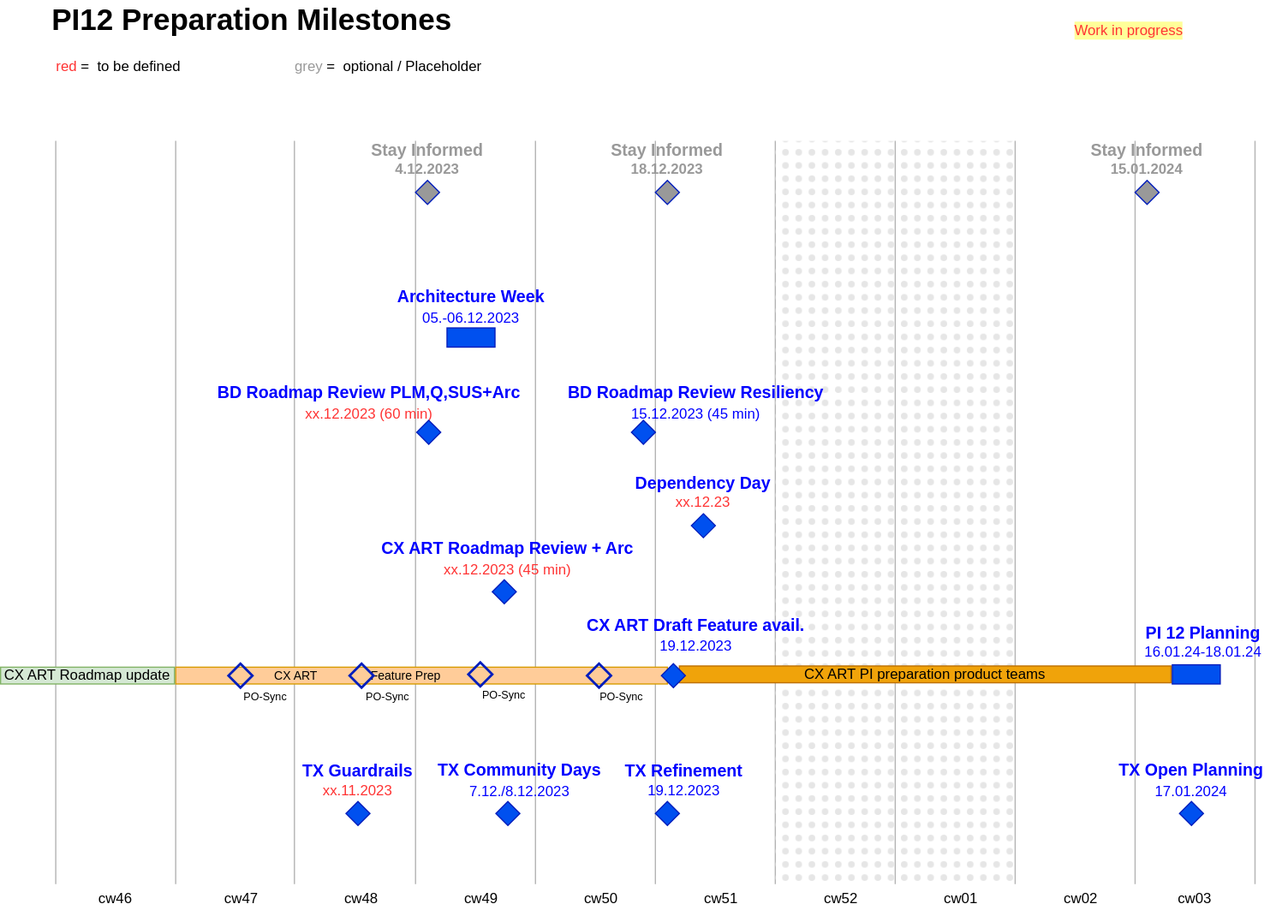
Earlier version of the draw.io export PI12-Preparation-Timeline.drawio.svg (mabige/scratchpad). Source tidied: cells renumbered, new cells last; positions are measured from the earlier drawing's top-left corner, leaving out a move shared by most shapes.
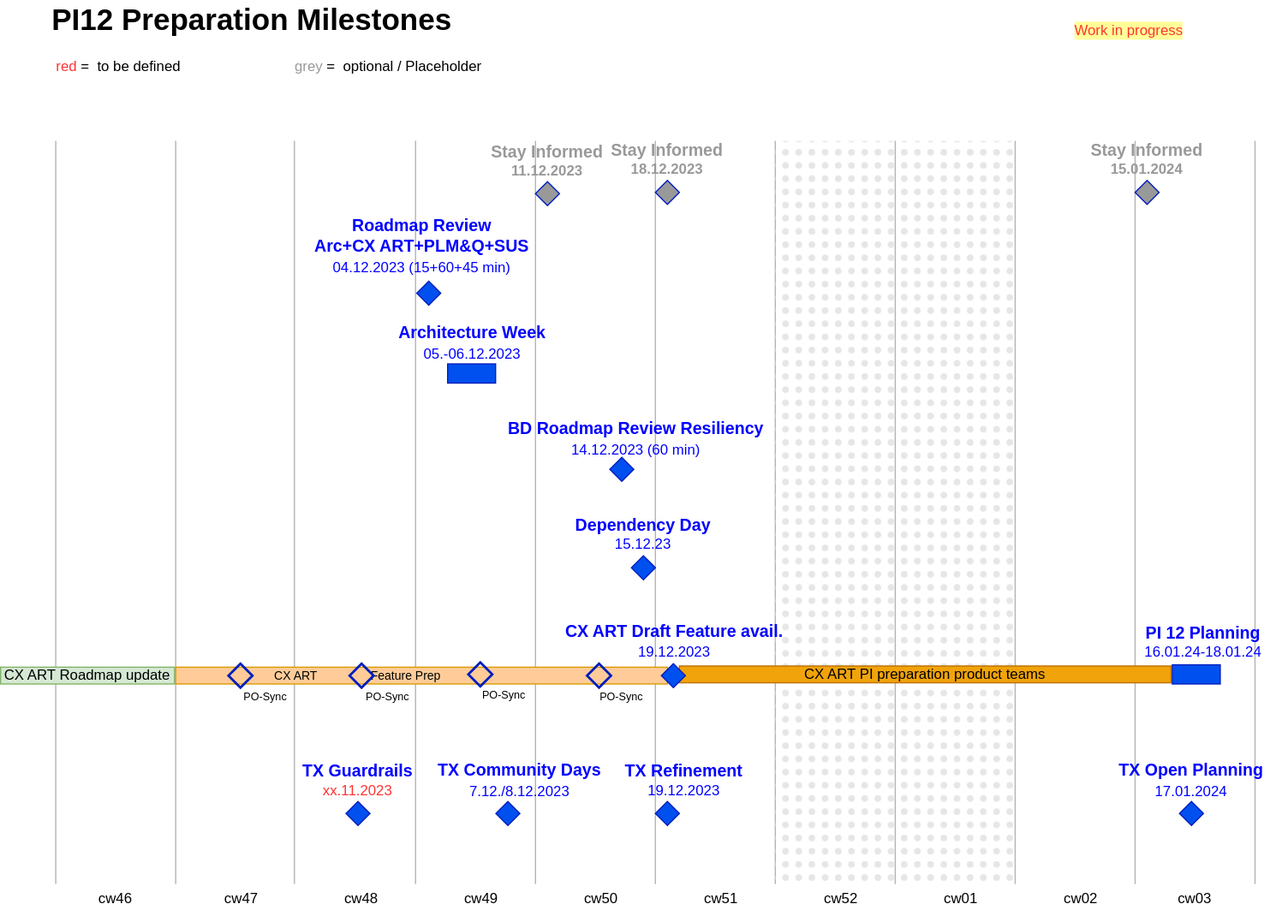
Above is the later version.

What changed in the source:
```diff
@@ -101,15 +101,6 @@
     <mxCell id="23" style="rounded=0;whiteSpace=wrap;html=1;strokeColor=none;fillStyle=dots;fillColor=#E6E6E6;" parent="1" vertex="1">
       <mxGeometry x="646" y="117" width="200" height="620" as="geometry" />
     </mxCell>
-    <mxCell id="24" style="group;" parent="1" vertex="1">
-      <mxGeometry x="466" y="374" width="120" height="53" as="geometry" />
-    </mxCell>
-    <mxCell id="25" style="rhombus;whiteSpace=wrap;html=1;fillColor=#0050ef;fontColor=#ffffff;strokeColor=#001DBC;" parent="24" vertex="1">
-      <mxGeometry x="110" y="54" width="20" height="20" as="geometry" />
-    </mxCell>
-    <mxCell id="26" value="&lt;font style=&quot;font-size: 14px;&quot;&gt;Dependency Day&lt;/font&gt;&lt;br&gt;&lt;span style=&quot;font-weight: normal;&quot;&gt;&lt;font color=&quot;#ff3333&quot;&gt;xx.12.23&lt;/font&gt;&lt;/span&gt;" style="text;html=1;strokeColor=none;fillColor=none;align=center;verticalAlign=middle;whiteSpace=wrap;rounded=0;fontStyle=1;fontColor=#0000FF;" parent="24" vertex="1">
-      <mxGeometry x="60" y="21" width="120" height="30" as="geometry" />
-    </mxCell>
     <mxCell id="27" style="group;" parent="1" vertex="1">
       <mxGeometry x="943" y="520" width="120" height="53" as="geometry" />
     </mxCell>
@@ -119,12 +110,6 @@
     <mxCell id="29" style="rounded=0;whiteSpace=wrap;html=1;fillColor=#0050ef;fontColor=#ffffff;strokeColor=#001DBC;" parent="27" vertex="1">
       <mxGeometry x="34" y="34" width="40" height="16" as="geometry" />
     </mxCell>
-    <mxCell id="30" value="&lt;div&gt;&lt;font style=&quot;font-size: 14px;&quot;&gt;Stay Informed&lt;br&gt;&lt;/font&gt;&lt;font style=&quot;font-size: 12px;&quot;&gt;4.12.2023&lt;font style=&quot;font-size: 12px;&quot;&gt;&lt;br&gt;&lt;/font&gt;&lt;/font&gt;&lt;/div&gt;" style="text;html=1;strokeColor=none;fillColor=none;align=center;verticalAlign=middle;whiteSpace=wrap;rounded=0;fontStyle=1;fontColor=#999999;" parent="1" vertex="1">
-      <mxGeometry x="296" y="117" width="120" height="30" as="geometry" />
-    </mxCell>
-    <mxCell id="31" style="rhombus;whiteSpace=wrap;html=1;fillColor=#999999;fontColor=#ffffff;strokeColor=#001DBC;" parent="1" vertex="1">
-      <mxGeometry x="346" y="150" width="20" height="20" as="geometry" />
-    </mxCell>
     <mxCell id="32" value="&lt;div&gt;&lt;font style=&quot;font-size: 14px;&quot;&gt;Stay Informed&lt;br&gt;&lt;/font&gt;&lt;font style=&quot;font-size: 12px;&quot;&gt;18.12.2023&lt;font style=&quot;font-size: 12px;&quot;&gt;&lt;br&gt;&lt;/font&gt;&lt;/font&gt;&lt;/div&gt;" style="text;html=1;strokeColor=none;fillColor=none;align=center;verticalAlign=middle;whiteSpace=wrap;rounded=0;fontStyle=1;fontColor=#999999;" parent="1" vertex="1">
       <mxGeometry x="496" y="117" width="120" height="30" as="geometry" />
     </mxCell>
@@ -137,20 +122,14 @@
     <mxCell id="35" style="rhombus;whiteSpace=wrap;html=1;fillColor=#999999;fontColor=#ffffff;strokeColor=#001DBC;" parent="1" vertex="1">
       <mxGeometry x="946" y="150" width="20" height="20" as="geometry" />
     </mxCell>
-    <mxCell id="36" value="&lt;div style=&quot;font-size: 14px;&quot;&gt;&lt;font style=&quot;font-size: 14px;&quot;&gt;CX ART Roadmap Review + Arc&lt;br&gt;&lt;/font&gt;&lt;font color=&quot;#ff3333&quot; style=&quot;font-size: 12px;&quot;&gt;&lt;span style=&quot;font-weight: normal;&quot;&gt;xx.12.2023&lt;/span&gt;&lt;font style=&quot;font-size: 12px;&quot;&gt;&lt;span style=&quot;font-weight: normal;&quot;&gt; (45 min)&lt;/span&gt;&lt;br&gt;&lt;/font&gt;&lt;/font&gt;&lt;/div&gt;" style="text;html=1;strokeColor=none;fillColor=none;align=center;verticalAlign=middle;whiteSpace=wrap;rounded=0;fontStyle=1;fontColor=#0000FF;" parent="1" vertex="1">
-      <mxGeometry x="307.2" y="450" width="231.5" height="30" as="geometry" />
-    </mxCell>
-    <mxCell id="37" style="rhombus;whiteSpace=wrap;html=1;fillColor=#0050ef;fontColor=#ffffff;strokeColor=#001DBC;" parent="1" vertex="1">
-      <mxGeometry x="410" y="483" width="20" height="20" as="geometry" />
-    </mxCell>
-    <mxCell id="38" value="&lt;div style=&quot;font-size: 14px;&quot;&gt;BD Roadmap Review&lt;font style=&quot;font-size: 14px;&quot;&gt; Resiliency&lt;br&gt;&lt;/font&gt;&lt;font style=&quot;font-size: 12px;&quot;&gt;&lt;span style=&quot;font-weight: normal;&quot;&gt;15.12.2023&lt;/span&gt;&lt;font style=&quot;font-size: 12px;&quot;&gt;&lt;span style=&quot;font-weight: normal;&quot;&gt; (45 min)&lt;/span&gt;&lt;br&gt;&lt;/font&gt;&lt;/font&gt;&lt;/div&gt;" style="text;html=1;strokeColor=none;fillColor=none;align=center;verticalAlign=middle;whiteSpace=wrap;rounded=0;fontStyle=1;fontColor=#0000FF;" parent="1" vertex="1">
-      <mxGeometry x="446.2" y="320" width="267.5" height="30" as="geometry" />
+    <mxCell id="38" value="&lt;div style=&quot;font-size: 14px;&quot;&gt;BD Roadmap Review&lt;font style=&quot;font-size: 14px;&quot;&gt; Resiliency&lt;br&gt;&lt;/font&gt;&lt;font style=&quot;font-size: 12px;&quot;&gt;&lt;span style=&quot;font-weight: normal;&quot;&gt;14.12.2023&lt;/span&gt;&lt;font style=&quot;font-size: 12px;&quot;&gt;&lt;span style=&quot;font-weight: normal;&quot;&gt; (60 min)&lt;/span&gt;&lt;br&gt;&lt;/font&gt;&lt;/font&gt;&lt;/div&gt;" style="text;html=1;strokeColor=none;fillColor=none;align=center;verticalAlign=middle;whiteSpace=wrap;rounded=0;fontStyle=1;fontColor=#0000FF;" parent="1" vertex="1">
+      <mxGeometry x="396" y="350" width="267.5" height="30" as="geometry" />
     </mxCell>
     <mxCell id="39" style="rhombus;whiteSpace=wrap;html=1;fillColor=#0050ef;fontColor=#ffffff;strokeColor=#001DBC;" parent="1" vertex="1">
-      <mxGeometry x="526" y="350" width="20" height="20" as="geometry" />
+      <mxGeometry x="508" y="381" width="20" height="20" as="geometry" />
     </mxCell>
     <mxCell id="40" value="&lt;div style=&quot;font-size: 14px;&quot;&gt;Architecture Week&lt;font style=&quot;font-size: 14px;&quot;&gt;&lt;br&gt;&lt;/font&gt;&lt;font style=&quot;font-size: 12px; font-weight: normal;&quot;&gt;05.-06.12.2023&lt;/font&gt;&lt;font style=&quot;font-size: 12px;&quot;&gt;&lt;font style=&quot;font-size: 12px;&quot;&gt;&lt;br&gt;&lt;/font&gt;&lt;/font&gt;&lt;/div&gt;" style="text;html=1;strokeColor=none;fillColor=none;align=center;verticalAlign=middle;whiteSpace=wrap;rounded=0;fontStyle=1;fontColor=#0000FF;" parent="1" vertex="1">
-      <mxGeometry x="296" y="240" width="192.5" height="30" as="geometry" />
+      <mxGeometry x="296.5" y="270" width="192.5" height="30" as="geometry" />
     </mxCell>
     <mxCell id="41" value="&lt;div style=&quot;font-size: 14px;&quot;&gt;TX Open Planning&lt;font style=&quot;font-size: 14px;&quot;&gt;&lt;br&gt;&lt;/font&gt;&lt;font style=&quot;font-size: 12px;&quot;&gt;&lt;span style=&quot;font-weight: normal;&quot;&gt;17.01.2024&lt;/span&gt;&lt;font style=&quot;font-size: 12px;&quot;&gt;&lt;br&gt;&lt;/font&gt;&lt;/font&gt;&lt;/div&gt;" style="text;html=1;strokeColor=none;fillColor=none;align=center;verticalAlign=middle;whiteSpace=wrap;rounded=0;fontStyle=1;fontColor=#0000FF;" parent="1" vertex="1">
       <mxGeometry x="913" y="635" width="160" height="30" as="geometry" />
@@ -174,13 +153,13 @@
       <mxGeometry x="413" y="668" width="20" height="20" as="geometry" />
     </mxCell>
     <mxCell id="48" value="&lt;div style=&quot;font-size: 14px;&quot;&gt;CX ART Draft Feature&lt;font style=&quot;font-size: 14px;&quot;&gt; avail.&lt;br&gt;&lt;/font&gt;&lt;font style=&quot;font-size: 12px;&quot;&gt;&lt;span style=&quot;font-weight: normal;&quot;&gt;19.12.2023&lt;/span&gt;&lt;font style=&quot;font-size: 12px;&quot;&gt;&lt;br&gt;&lt;/font&gt;&lt;/font&gt;&lt;/div&gt;" style="text;html=1;strokeColor=none;fillColor=none;align=center;verticalAlign=middle;whiteSpace=wrap;rounded=0;fontStyle=1;fontColor=#0000FF;" parent="1" vertex="1">
-      <mxGeometry x="470" y="514" width="220" height="30" as="geometry" />
+      <mxGeometry x="452" y="519" width="220" height="30" as="geometry" />
     </mxCell>
     <mxCell id="49" value="PI12 Preparation Milestones" style="text;html=1;strokeColor=none;fillColor=none;align=left;verticalAlign=middle;whiteSpace=wrap;rounded=0;fontSize=25;fontStyle=1;" parent="1" vertex="1">
       <mxGeometry x="41" width="490" height="30" as="geometry" />
     </mxCell>
     <mxCell id="50" style="rounded=0;whiteSpace=wrap;html=1;fillColor=#0050ef;fontColor=#ffffff;strokeColor=#001DBC;" parent="1" vertex="1">
-      <mxGeometry x="372.2" y="273" width="40" height="16" as="geometry" />
+      <mxGeometry x="372.8" y="303" width="40" height="16" as="geometry" />
     </mxCell>
     <mxCell id="51" value="CX ART PI preparation product teams" style="rounded=0;whiteSpace=wrap;html=1;fillColor=#f0a30a;fontColor=#000000;strokeColor=#BD7000;" parent="1" vertex="1">
       <mxGeometry x="566" y="555" width="410" height="14" as="geometry" />
@@ -227,14 +206,26 @@
     <mxCell id="65" value="&lt;font style=&quot;font-size: 9px;&quot;&gt;PO-Sync&lt;/font&gt;" style="text;html=1;strokeColor=none;fillColor=none;align=center;verticalAlign=middle;whiteSpace=wrap;rounded=0;" parent="1" vertex="1">
       <mxGeometry x="488" y="565" width="60" height="30" as="geometry" />
     </mxCell>
-    <mxCell id="66" value="&lt;div style=&quot;font-size: 14px;&quot;&gt;BD Roadmap Review&lt;font style=&quot;font-size: 14px;&quot;&gt; PLM,Q,SUS+Arc&lt;br&gt;&lt;/font&gt;&lt;font color=&quot;#ff3333&quot; style=&quot;font-size: 12px;&quot;&gt;&lt;span style=&quot;font-weight: normal;&quot;&gt;xx.12.2023&lt;/span&gt;&lt;font style=&quot;font-size: 12px;&quot;&gt;&lt;span style=&quot;font-weight: normal;&quot;&gt; (60 min)&lt;/span&gt;&lt;br&gt;&lt;/font&gt;&lt;/font&gt;&lt;/div&gt;" style="text;html=1;strokeColor=none;fillColor=none;align=center;verticalAlign=middle;whiteSpace=wrap;rounded=0;fontStyle=1;fontColor=#0000FF;" parent="1" vertex="1">
-      <mxGeometry x="176" y="320" width="262.5" height="30" as="geometry" />
+    <mxCell id="66" value="&lt;div style=&quot;font-size: 14px;&quot;&gt;Roadmap Review&lt;font style=&quot;font-size: 14px;&quot;&gt;&lt;br&gt; Arc+CX ART+PLM&amp;amp;Q+SUS&lt;br&gt;&lt;/font&gt;&lt;font style=&quot;font-size: 12px;&quot;&gt;&lt;span style=&quot;font-weight: normal;&quot;&gt;04.12.2023&lt;/span&gt;&lt;font style=&quot;font-size: 12px;&quot;&gt;&lt;span style=&quot;font-weight: normal;&quot;&gt; (15+60+45 min)&lt;/span&gt;&lt;/font&gt;&lt;/font&gt;&lt;font style=&quot;font-size: 12px;&quot;&gt;&lt;font style=&quot;font-size: 12px;&quot;&gt;&lt;br&gt;&lt;/font&gt;&lt;/font&gt;&lt;/div&gt;" style="text;html=1;strokeColor=none;fillColor=none;align=center;verticalAlign=middle;whiteSpace=wrap;rounded=0;fontStyle=1;fontColor=#0000FF;" parent="1" vertex="1">
+      <mxGeometry x="219.8" y="190" width="262.5" height="30" as="geometry" />
     </mxCell>
     <mxCell id="67" style="rhombus;whiteSpace=wrap;html=1;fillColor=#0050ef;fontColor=#ffffff;strokeColor=#001DBC;" parent="1" vertex="1">
-      <mxGeometry x="347" y="350" width="20" height="20" as="geometry" />
+      <mxGeometry x="347" y="234" width="20" height="20" as="geometry" />
     </mxCell>
     <mxCell id="68" style="rhombus;whiteSpace=wrap;html=1;fillColor=#0050ef;fontColor=#ffffff;strokeColor=#001DBC;" parent="1" vertex="1">
       <mxGeometry x="546" y="668" width="20" height="20" as="geometry" />
     </mxCell>
+    <mxCell id="69" value="&lt;div&gt;&lt;font style=&quot;font-size: 14px;&quot;&gt;Stay Informed&lt;br&gt;&lt;/font&gt;&lt;font style=&quot;font-size: 12px;&quot;&gt;11.12.2023&lt;font style=&quot;font-size: 12px;&quot;&gt;&lt;br&gt;&lt;/font&gt;&lt;/font&gt;&lt;/div&gt;" style="text;html=1;strokeColor=none;fillColor=none;align=center;verticalAlign=middle;whiteSpace=wrap;rounded=0;fontStyle=1;fontColor=#999999;" parent="1" vertex="1">
+      <mxGeometry x="396" y="118" width="120" height="30" as="geometry" />
+    </mxCell>
+    <mxCell id="70" style="rhombus;whiteSpace=wrap;html=1;fillColor=#999999;fontColor=#ffffff;strokeColor=#001DBC;" parent="1" vertex="1">
+      <mxGeometry x="446" y="151" width="20" height="20" as="geometry" />
+    </mxCell>
+    <mxCell id="25" style="rhombus;whiteSpace=wrap;html=1;fillColor=#0050ef;fontColor=#ffffff;strokeColor=#001DBC;" parent="1" vertex="1">
+      <mxGeometry x="526" y="463" width="20" height="20" as="geometry" />
+    </mxCell>
+    <mxCell id="26" value="&lt;font style=&quot;font-size: 14px;&quot;&gt;Dependency Day&lt;/font&gt;&lt;br&gt;&lt;span style=&quot;font-weight: normal;&quot;&gt;15.12.23&lt;/span&gt;" style="text;html=1;strokeColor=none;fillColor=none;align=center;verticalAlign=middle;whiteSpace=wrap;rounded=0;fontStyle=1;fontColor=#0000FF;" parent="1" vertex="1">
+      <mxGeometry x="476" y="430" width="120" height="30" as="geometry" />
+    </mxCell>
   </root>
 </mxGraphModel>
```
